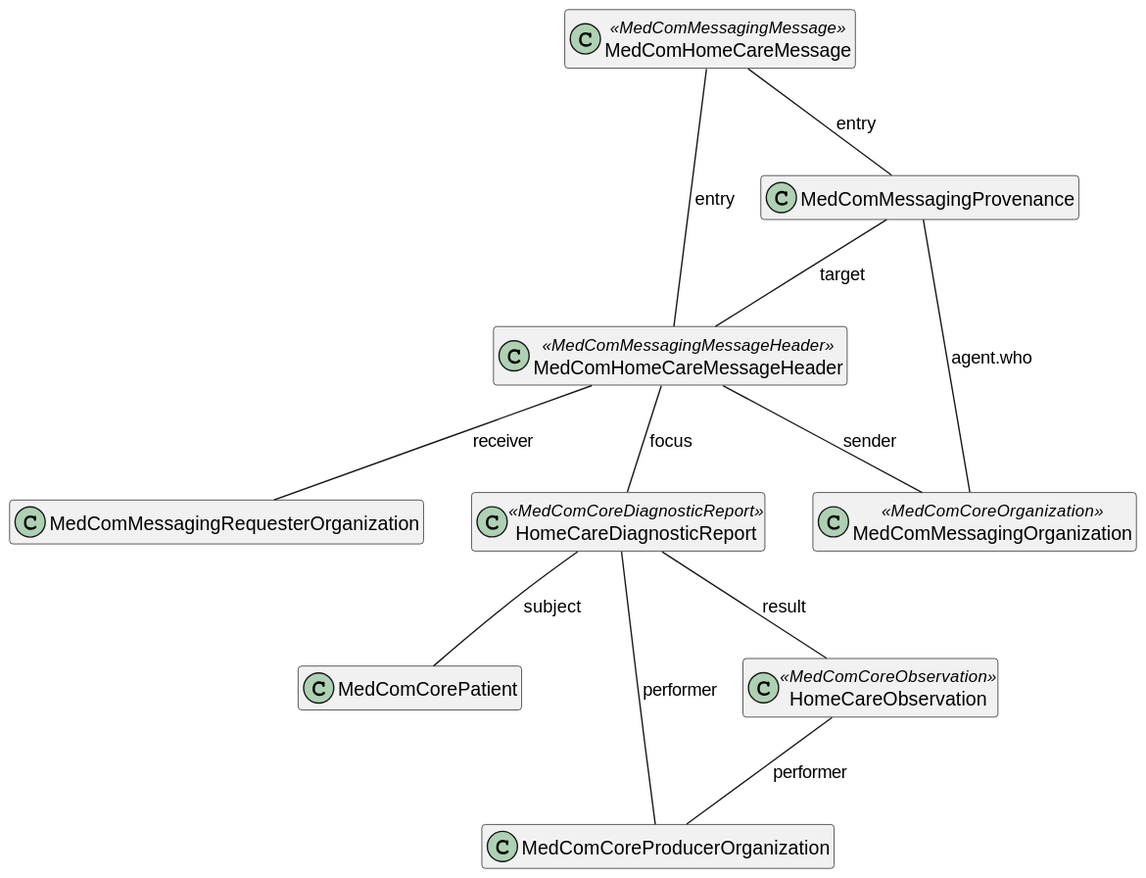
The PlantUML diagram input/images/HomeCareObservation/HomeCareObservationMessage.svg in medcomdk/dk_MunicipalityObservationResults, before a commit.
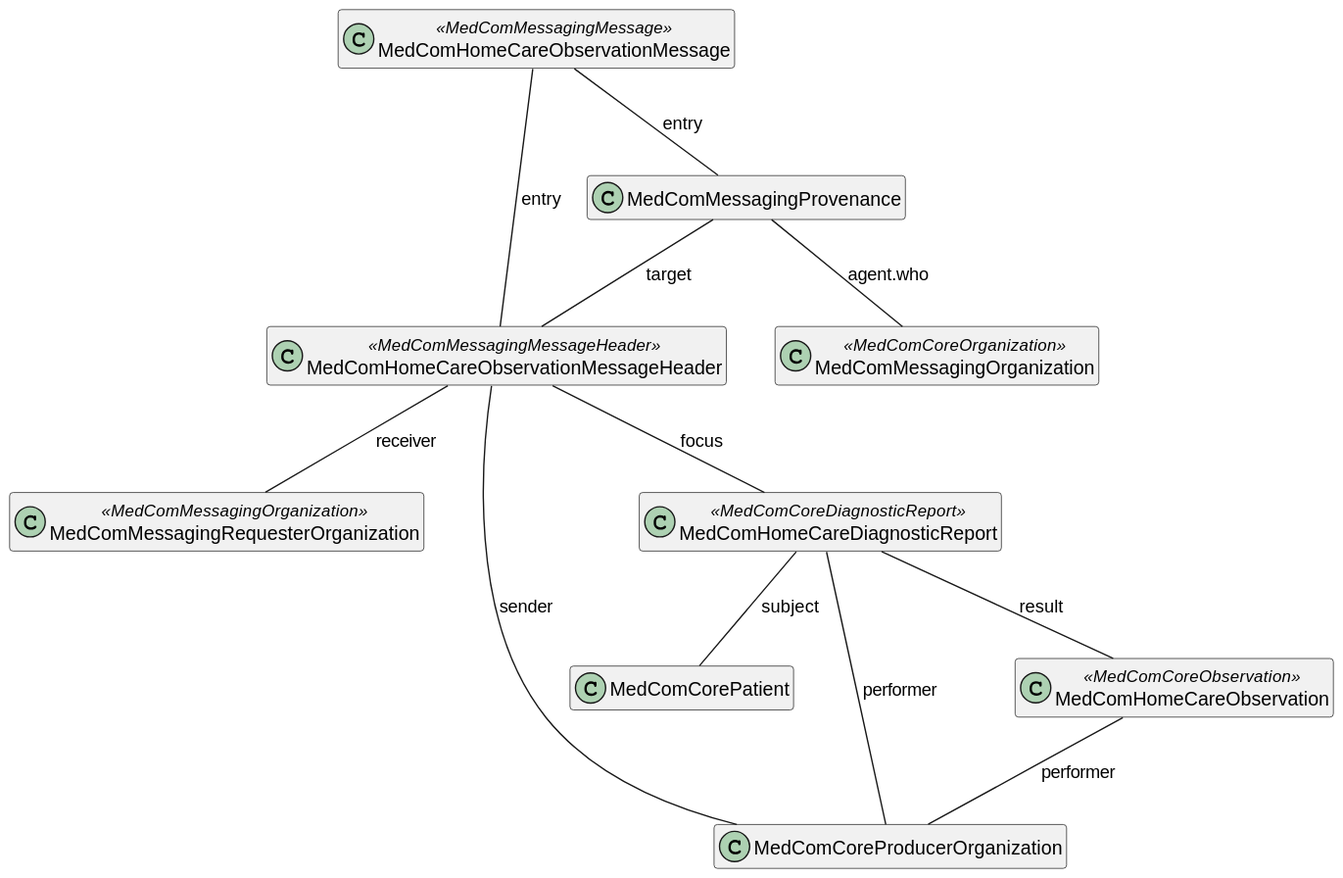
Above is the later version.

What changed in the source:
```diff
@@ -4,15 +4,15 @@
 
 top to bottom direction
 
-class "MedComHomeCareMessage" as message <<MedComMessagingMessage>>
-class "MedComHomeCareMessageHeader" as messageheader <<MedComMessagingMessageHeader>>
+class "MedComHomeCareObservationMessage" as message <<MedComMessagingMessage>>
+class "MedComHomeCareObservationMessageHeader" as messageheader <<MedComMessagingMessageHeader>>
 class "MedComMessagingProvenance" as provenance
 class "MedComMessagingOrganization" as messagingOrganization <<MedComCoreOrganization>>
-class "MedComMessagingRequesterOrganization" as observationRequester
+class "MedComMessagingRequesterOrganization" as observationRequester <<MedComMessagingOrganization>>
 class "MedComCorePatient" as patient
 class "MedComCoreProducerOrganization" as organization
-class "HomeCareDiagnosticReport" as diagnosticReport <<MedComCoreDiagnosticReport>>
-class "HomeCareObservation" as coreobservation <<MedComCoreObservation>>
+class "MedComHomeCareDiagnosticReport" as diagnosticReport <<MedComCoreDiagnosticReport>>
+class "MedComHomeCareObservation" as coreobservation <<MedComCoreObservation>>
 
 message -- messageheader : "entry"
 messageheader -- diagnosticReport : "focus"
@@ -26,6 +26,6 @@
 
 
 messageheader -- observationRequester : "receiver"
-messageheader -- messagingOrganization : "sender"
+messageheader -- organization : "sender"
 
 @enduml
```
